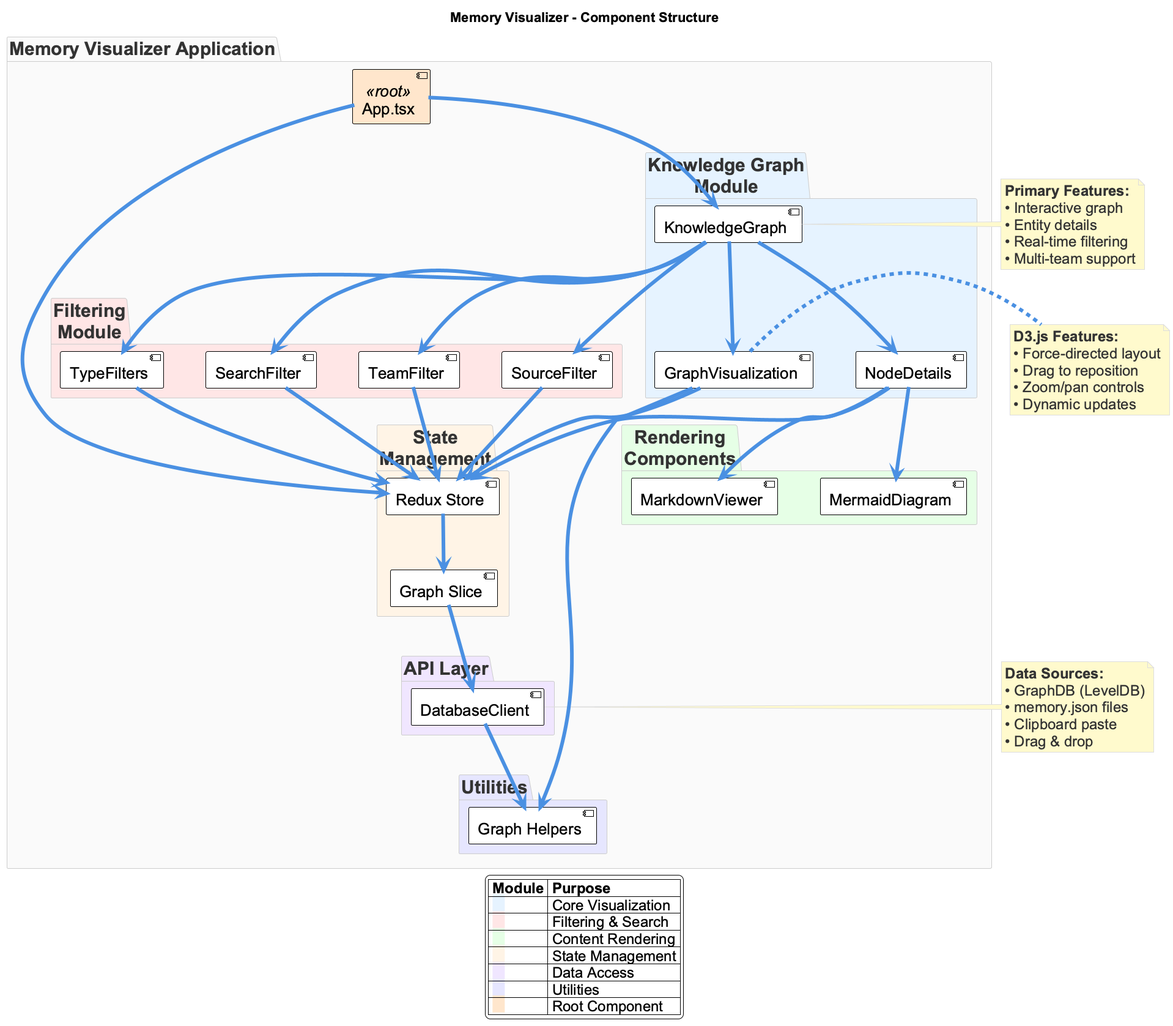
Before: docs/presentation/images/memory-visualizer-components.png, a diagram exported from PlantUML (fwornle/coding). Its diagram source:
```plantuml
@startuml memory-visualizer-components
!include _standard-style.puml

title Memory Visualizer - Component Structure

skinparam defaultFontSize 28
skinparam packageFontSize 30
skinparam componentFontSize 26
skinparam arrowThickness 6
skinparam nodesep 70
skinparam ranksep 90
skinparam noteFontSize 24
skinparam legendFontSize 24

package "Memory Visualizer Application" {

  component [App.tsx] as APP <<root>> #FFE6CC

  package "Knowledge Graph\nModule" #E6F3FF {
    component [KnowledgeGraph] as KG
    component [GraphVisualization] as GRAPH
    component [NodeDetails] as DETAILS
  }

  package "Filtering\nModule" #FFE6E6 {
    component [TypeFilters] as TYPE_FILTER
    component [SearchFilter] as SEARCH
    component [TeamFilter] as TEAM_FILTER
    component [SourceFilter] as SOURCE_FILTER
  }

  package "Rendering\nComponents" #E6FFE6 {
    component [MarkdownViewer] as MARKDOWN
    component [MermaidDiagram] as MERMAID
  }

  package "State\nManagement" #FFF4E6 {
    component [Redux Store] as STORE
    component [Graph Slice] as SLICE
  }

  package "API Layer" #F0E6FF {
    component [DatabaseClient] as CLIENT
  }

  package "Utilities" #E6E6FF {
    component [Graph Helpers] as HELPERS
  }
}

APP --> KG
APP --> STORE

KG --> GRAPH
KG --> DETAILS
KG --> TYPE_FILTER
KG --> SEARCH
KG --> TEAM_FILTER
KG --> SOURCE_FILTER

GRAPH --> HELPERS
GRAPH --> STORE

DETAILS --> MARKDOWN
DETAILS --> MERMAID
DETAILS --> STORE

TYPE_FILTER --> STORE
SEARCH --> STORE
TEAM_FILTER --> STORE
SOURCE_FILTER --> STORE

STORE --> SLICE
SLICE --> CLIENT
CLIENT --> HELPERS

note right of KG
  **Primary Features:**
  • Interactive graph
  • Entity details
  • Real-time filtering
  • Multi-team support
end note

note right of GRAPH
  **D3.js Features:**
  • Force-directed layout
  • Drag to reposition
  • Zoom/pan controls
  • Dynamic updates
end note

note right of CLIENT
  **Data Sources:**
  • GraphDB (LevelDB)
  • memory.json files
  • Clipboard paste
  • Drag & drop
end note

legend bottom
  |= Module |= Purpose |
  | <back:#E6F3FF>   </back> | Core Visualization |
  | <back:#FFE6E6>   </back> | Filtering & Search |
  | <back:#E6FFE6>   </back> | Content Rendering |
  | <back:#FFF4E6>   </back> | State Management |
  | <back:#F0E6FF>   </back> | Data Access |
  | <back:#E6E6FF>   </back> | Utilities |
  | <back:#FFE6CC>   </back> | Root Component |
endlegend

@enduml
```
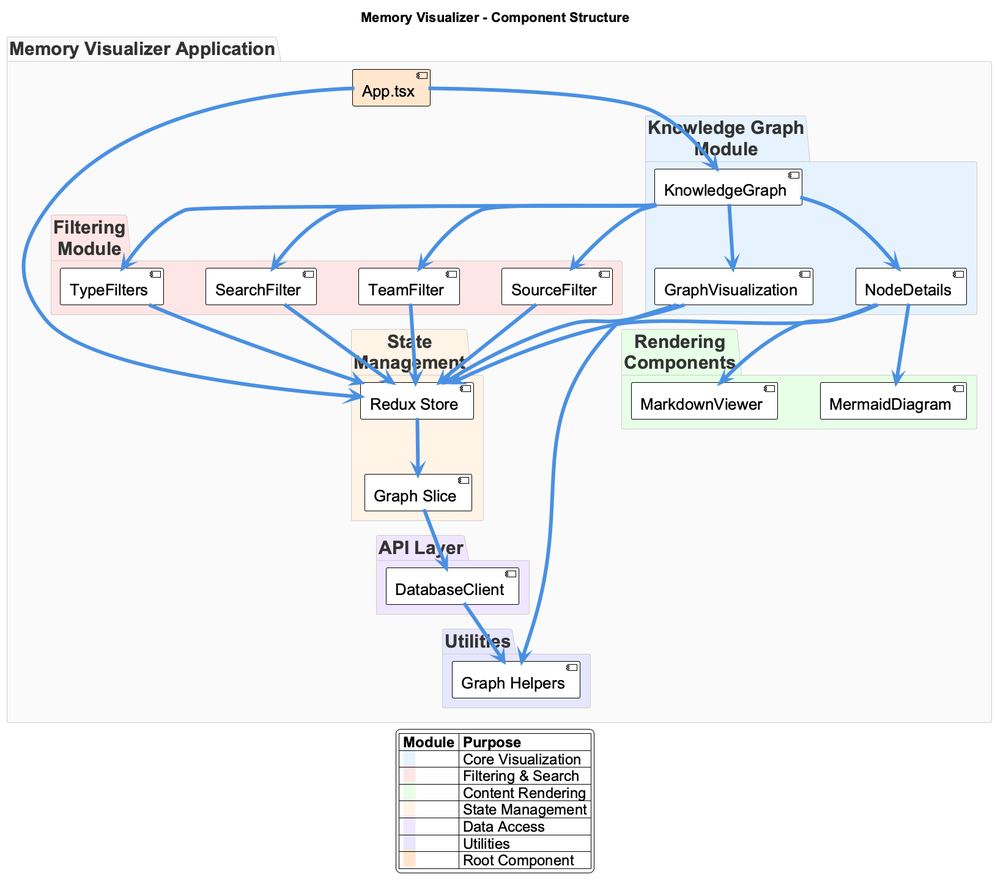
Above is the later version.

Commit message:
refactor: remove annotations and notes from memory visualizer diagram

The edit, as a diff of the source:
```diff
@@ -14,7 +14,7 @@
 
 package "Memory Visualizer Application" {
 
-  component [App.tsx] as APP <<root>> #FFE6CC
+  component [App.tsx] as APP #FFE6CC
 
   package "Knowledge Graph\nModule" #E6F3FF {
     component [KnowledgeGraph] as KG
@@ -74,30 +74,6 @@
 SLICE --> CLIENT
 CLIENT --> HELPERS
 
-note right of KG
-  **Primary Features:**
-  • Interactive graph
-  • Entity details
-  • Real-time filtering
-  • Multi-team support
-end note
-
-note right of GRAPH
-  **D3.js Features:**
-  • Force-directed layout
-  • Drag to reposition
-  • Zoom/pan controls
-  • Dynamic updates
-end note
-
-note right of CLIENT
-  **Data Sources:**
-  • GraphDB (LevelDB)
-  • memory.json files
-  • Clipboard paste
-  • Drag & drop
-end note
-
 legend bottom
   |= Module |= Purpose |
   | <back:#E6F3FF>   </back> | Core Visualization |
```
